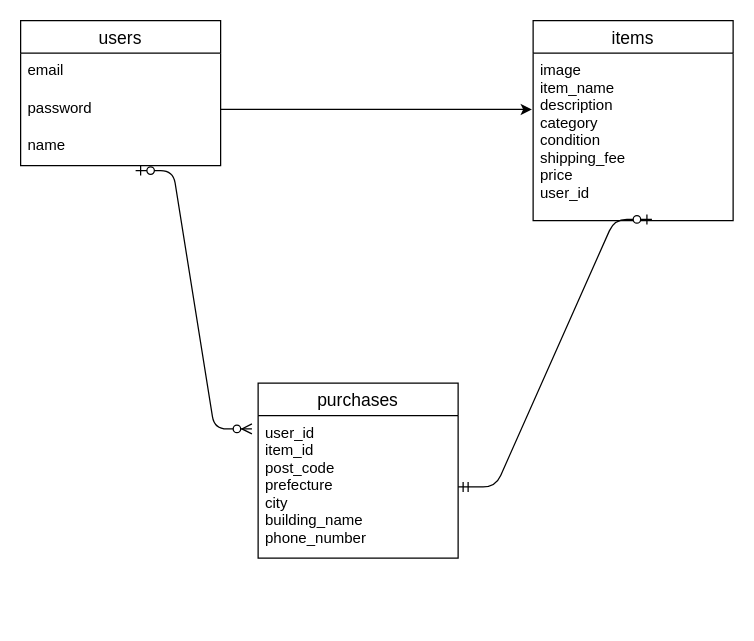
The draw.io diagram ER.dio in toshi120/furima-35395, before the edit. Source tidied: cells renumbered, new cells numbered last; positions are measured from the earlier drawing's top-left corner, leaving out a move shared by most shapes. Both pictures are drawn from the tidied source at 125%, with x=0, y=0 at pixel (20, 20).
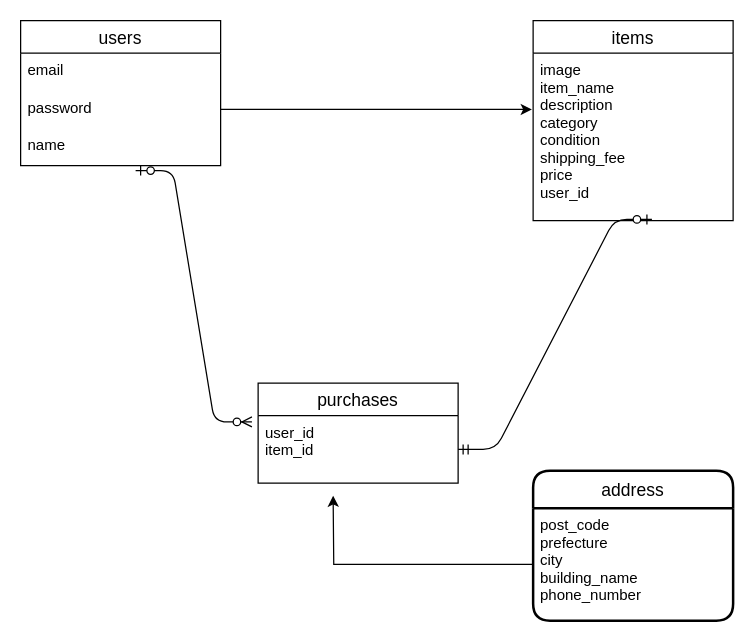
The same diagram, later.

Change to the diagram source:
```diff
@@
 <mxGraphModel>
   <root>
     <mxCell id="0" />
     <mxCell id="1" parent="0" />
     <mxCell id="2" value="users" style="swimlane;fontStyle=0;horizontal=1;startSize=26;align=center;fontSize=14;" parent="1" vertex="1">
       <mxGeometry width="160" height="116" as="geometry" />
     </mxCell>
     <mxCell id="3" value="email" style="text;strokeColor=none;fillColor=none;spacingLeft=4;spacingRight=4;overflow=hidden;fontSize=12;" parent="2" vertex="1">
       <mxGeometry y="26" width="160" height="30" as="geometry" />
     </mxCell>
     <mxCell id="4" value="password" style="text;strokeColor=none;fillColor=none;spacingLeft=4;spacingRight=4;overflow=hidden;points=[[0,0.5],[1,0.5]];portConstraint=eastwest;fontSize=12;" parent="2" vertex="1">
       <mxGeometry y="56" width="160" height="30" as="geometry" />
     </mxCell>
     <mxCell id="5" value="name" style="text;strokeColor=none;fillColor=none;spacingLeft=4;spacingRight=4;overflow=hidden;points=[[0,0.5],[1,0.5]];portConstraint=eastwest;fontSize=12;" parent="2" vertex="1">
       <mxGeometry y="86" width="160" height="30" as="geometry" />
     </mxCell>
     <mxCell id="6" value="items" style="swimlane;fontStyle=0;horizontal=1;startSize=26;align=center;fontSize=14;verticalAlign=middle;" parent="1" vertex="1">
       <mxGeometry x="410" width="160" height="160" as="geometry" />
     </mxCell>
     <mxCell id="7" value="image&#10;item_name&#10;description&#10;category&#10;condition&#10;shipping_fee&#10;price&#10;user_id&#10;" style="text;strokeColor=none;fillColor=none;spacingLeft=4;spacingRight=4;overflow=hidden;points=[[0,0.5],[1,0.5]];portConstraint=eastwest;fontSize=12;" parent="6" vertex="1">
       <mxGeometry y="26" width="160" height="134" as="geometry" />
     </mxCell>
     <mxCell id="8" style="edgeStyle=orthogonalEdgeStyle;rounded=0;jettySize=auto;html=1;exitX=1;exitY=0.5;exitDx=0;exitDy=0;entryX=-0.006;entryY=0.336;entryDx=0;entryDy=0;entryPerimeter=0;" parent="1" edge="1" source="4" target="7">
       <mxGeometry relative="1" as="geometry" />
     </mxCell>
     <mxCell id="9" value="purchases" style="swimlane;fontStyle=0;horizontal=1;startSize=26;align=center;fontSize=14;" parent="1" vertex="1">
-      <mxGeometry x="190" y="290" width="160" height="140" as="geometry" />
+      <mxGeometry x="190" y="290" width="160" height="80" as="geometry" />
     </mxCell>
-    <mxCell id="10" value="user_id&#10;item_id&#10;post_code&#10;prefecture&#10;city&#10;building_name&#10;phone_number&#10;" style="text;strokeColor=none;fillColor=none;spacingLeft=4;spacingRight=4;overflow=hidden;points=[[0,0.5],[1,0.5]];portConstraint=eastwest;fontSize=12;" parent="9" vertex="1">
-      <mxGeometry y="26" width="160" height="114" as="geometry" />
+    <mxCell id="10" value="user_id&#10;item_id&#10;" style="text;strokeColor=none;fillColor=none;spacingLeft=4;spacingRight=4;overflow=hidden;points=[[0,0.5],[1,0.5]];portConstraint=eastwest;fontSize=12;" parent="9" vertex="1">
+      <mxGeometry y="26" width="160" height="54" as="geometry" />
     </mxCell>
     <mxCell id="11" style="edgeStyle=entityRelationEdgeStyle;fontSize=12;html=1;endArrow=ERzeroToMany;startArrow=ERzeroToOne;exitX=0.575;exitY=1.133;exitDx=0;exitDy=0;exitPerimeter=0;entryX=-0.031;entryY=0.093;entryDx=0;entryDy=0;entryPerimeter=0;" parent="1" edge="1" source="5" target="10">
       <mxGeometry relative="1" as="geometry" />
     </mxCell>
     <mxCell id="12" style="edgeStyle=entityRelationEdgeStyle;fontSize=12;html=1;endArrow=ERzeroToOne;startArrow=ERmandOne;entryX=0.594;entryY=0.993;entryDx=0;entryDy=0;entryPerimeter=0;exitX=1;exitY=0.5;exitDx=0;exitDy=0;" parent="1" edge="1" source="10" target="7">
       <mxGeometry relative="1" as="geometry" />
     </mxCell>
+    <mxCell id="13" value="address" style="swimlane;horizontal=1;startSize=30;rounded=1;fontSize=14;fontStyle=0;strokeWidth=2;shadow=0;dashed=0;align=center;" parent="1" vertex="1">
+      <mxGeometry x="410" y="360" width="160" height="120" as="geometry" />
+    </mxCell>
+    <mxCell id="14" value="post_code&#10;prefecture&#10;city&#10;building_name&#10;phone_number" style="align=left;strokeColor=none;fillColor=none;spacingLeft=4;fontSize=12;verticalAlign=top;" parent="13" vertex="1">
+      <mxGeometry y="30" width="160" height="90" as="geometry" />
+    </mxCell>
+    <mxCell id="15" style="edgeStyle=orthogonalEdgeStyle;rounded=0;jettySize=auto;html=1;exitX=0;exitY=0.5;exitDx=0;exitDy=0;" parent="1" edge="1" source="14">
+      <mxGeometry relative="1" as="geometry">
+        <mxPoint x="250" y="380" as="targetPoint" />
+      </mxGeometry>
+    </mxCell>
   </root>
 </mxGraphModel>
```
